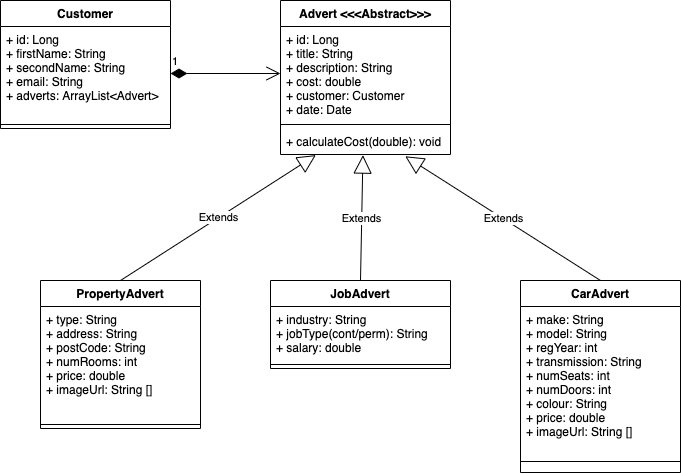
The draw.io diagram Design/ClassDiagram.png in nahmed99/CodeClan_FInal_Project_JavaSpring_ReactJS, before a commit. Source tidied: cells renumbered, new cells last; positions are measured from the earlier drawing's top-left corner, leaving out a move shared by most shapes.
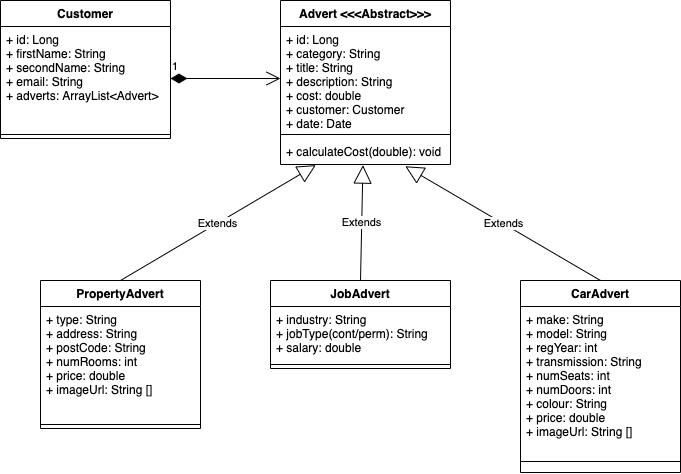
After the commit.

Commit message:
added category to adverts

Change to the diagram source:
```diff
@@ -3,25 +3,25 @@
     <mxCell id="0" />
     <mxCell id="1" parent="0" />
     <mxCell id="2" value="Customer" style="swimlane;fontStyle=1;align=center;verticalAlign=top;horizontal=1;startSize=26;" parent="1" vertex="1">
-      <mxGeometry width="170" height="128" as="geometry" />
+      <mxGeometry width="170" height="138" as="geometry" />
     </mxCell>
     <mxCell id="3" value="+ id: Long&#10;+ firstName: String&#10;+ secondName: String&#10;+ email: String&#10;+ adverts: ArrayList&lt;Advert&gt;" style="text;strokeColor=none;fillColor=none;align=left;verticalAlign=top;spacingLeft=4;spacingRight=4;overflow=hidden;points=[[0,0.5],[1,0.5]];portConstraint=eastwest;" parent="2" vertex="1">
-      <mxGeometry y="26" width="170" height="94" as="geometry" />
+      <mxGeometry y="26" width="170" height="104" as="geometry" />
     </mxCell>
     <mxCell id="4" style="line;strokeWidth=1;fillColor=none;align=left;verticalAlign=middle;spacingTop=-1;spacingLeft=3;spacingRight=3;labelPosition=right;" parent="2" vertex="1">
-      <mxGeometry y="120" width="170" height="8" as="geometry" />
+      <mxGeometry y="130" width="170" height="8" as="geometry" />
     </mxCell>
     <mxCell id="5" value="Advert &lt;&lt;&lt;Abstract&gt;&gt;&gt;" style="swimlane;fontStyle=1;align=center;verticalAlign=top;horizontal=1;startSize=26;" parent="1" vertex="1">
-      <mxGeometry x="280" width="170" height="154" as="geometry" />
+      <mxGeometry x="280" width="170" height="164" as="geometry" />
     </mxCell>
-    <mxCell id="6" value="+ id: Long&#10;+ title: String &#10;+ description: String&#10;+ cost: double&#10;+ customer: Customer&#10;+ date: Date" style="text;strokeColor=none;fillColor=none;align=left;verticalAlign=top;spacingLeft=4;spacingRight=4;overflow=hidden;points=[[0,0.5],[1,0.5]];portConstraint=eastwest;" parent="5" vertex="1">
-      <mxGeometry y="26" width="170" height="94" as="geometry" />
+    <mxCell id="6" value="+ id: Long&#10;+ category: String&#10;+ title: String &#10;+ description: String&#10;+ cost: double&#10;+ customer: Customer&#10;+ date: Date" style="text;strokeColor=none;fillColor=none;align=left;verticalAlign=top;spacingLeft=4;spacingRight=4;overflow=hidden;points=[[0,0.5],[1,0.5]];portConstraint=eastwest;" parent="5" vertex="1">
+      <mxGeometry y="26" width="170" height="104" as="geometry" />
     </mxCell>
     <mxCell id="7" style="line;strokeWidth=1;fillColor=none;align=left;verticalAlign=middle;spacingTop=-1;spacingLeft=3;spacingRight=3;labelPosition=right;" parent="5" vertex="1">
-      <mxGeometry y="120" width="170" height="8" as="geometry" />
+      <mxGeometry y="130" width="170" height="8" as="geometry" />
     </mxCell>
     <mxCell id="8" value="+ calculateCost(double): void" style="text;strokeColor=none;fillColor=none;align=left;verticalAlign=top;spacingLeft=4;spacingRight=4;overflow=hidden;points=[[0,0.5],[1,0.5]];portConstraint=eastwest;" parent="5" vertex="1">
-      <mxGeometry y="128" width="170" height="26" as="geometry" />
+      <mxGeometry y="138" width="170" height="26" as="geometry" />
     </mxCell>
     <mxCell id="9" value="PropertyAdvert" style="swimlane;fontStyle=1;align=center;verticalAlign=top;horizontal=1;startSize=26;" parent="1" vertex="1">
       <mxGeometry x="40" y="280" width="160" height="148" as="geometry" />
```
